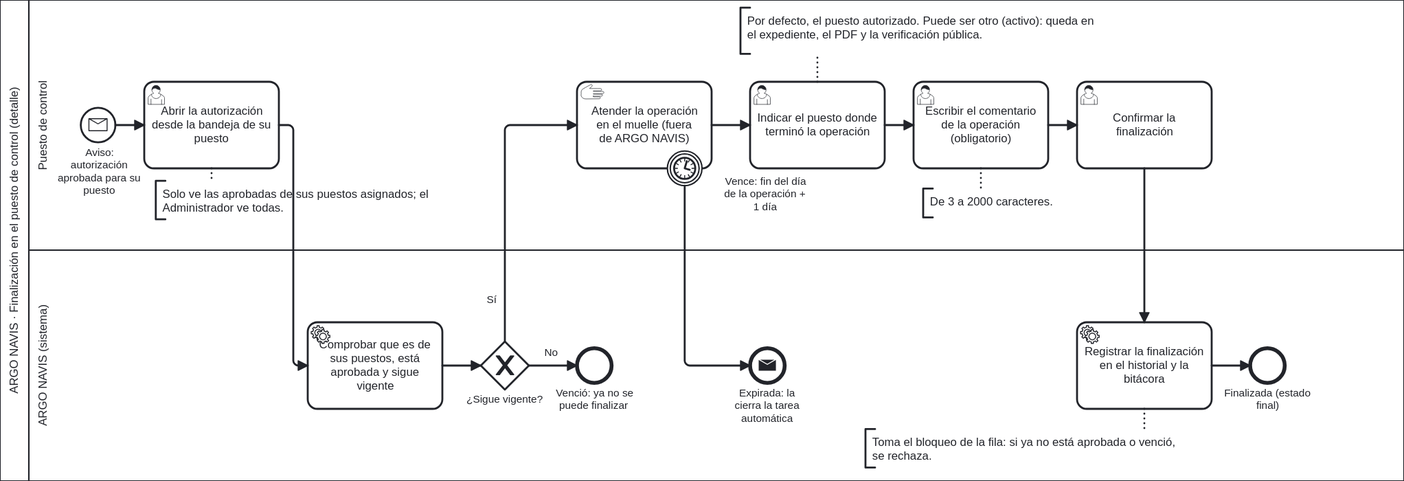
Before: docs/bpmn/05-finalizacion-puesto.svg, a diagram exported from BPMN (rxppxc/ArgoNavis). Its source is kept beside it as docs/bpmn/05-finalizacion-puesto.bpmn. Ids are renumbered.
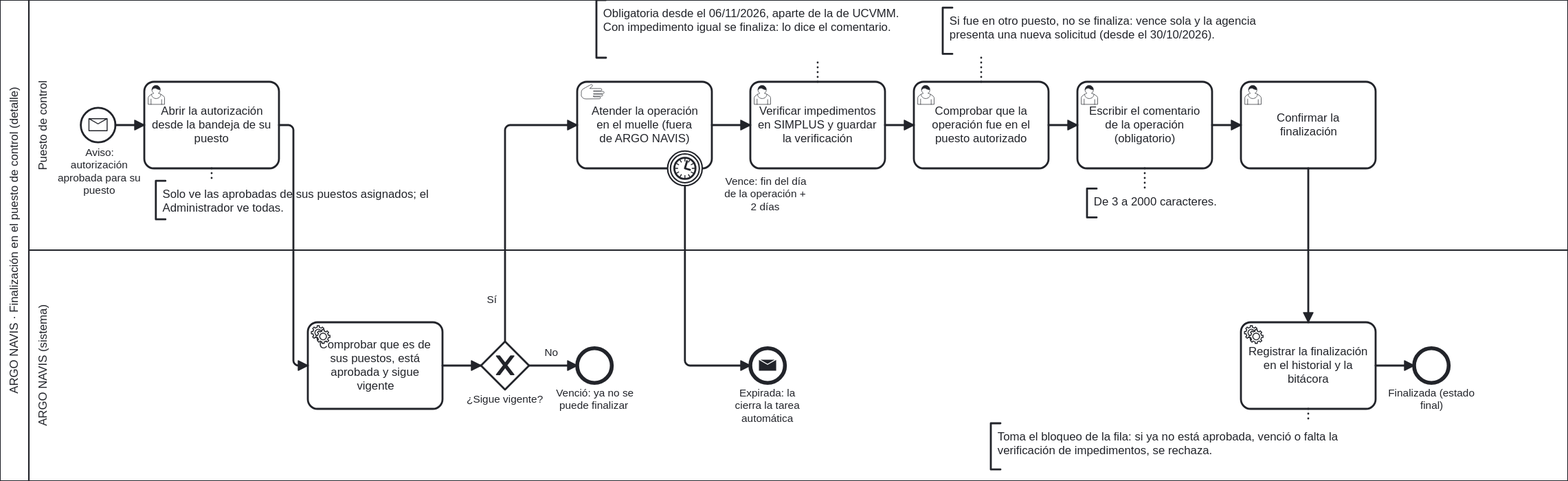
Above is the later version.

Diff of the diagram source:
```diff
@@ -9,6 +9,7 @@
         <bpmn:flowNodeRef>Abrir</bpmn:flowNodeRef>
         <bpmn:flowNodeRef>Atender</bpmn:flowNodeRef>
         <bpmn:flowNodeRef>Vence</bpmn:flowNodeRef>
+        <bpmn:flowNodeRef>Verificar</bpmn:flowNodeRef>
         <bpmn:flowNodeRef>Elegir</bpmn:flowNodeRef>
         <bpmn:flowNodeRef>Comentar</bpmn:flowNodeRef>
         <bpmn:flowNodeRef>Confirmar</bpmn:flowNodeRef>
@@ -44,9 +45,9 @@
     </bpmn:endEvent>
     <bpmn:manualTask id="Atender" name="Atender la operación en el muelle (fuera de ARGO NAVIS)">
       <bpmn:incoming>Flujo_GVigente_Atender</bpmn:incoming>
-      <bpmn:outgoing>Flujo_Atender_Elegir</bpmn:outgoing>
+      <bpmn:outgoing>Flujo_Atender_Verificar</bpmn:outgoing>
     </bpmn:manualTask>
-    <bpmn:boundaryEvent id="Vence" name="Vence: fin del día de la operación + 1 día" attachedToRef="Atender">
+    <bpmn:boundaryEvent id="Vence" name="Vence: fin del día de la operación + 2 días" attachedToRef="Atender">
       <bpmn:outgoing>Flujo_Vence_FinExpirada</bpmn:outgoing>
       <bpmn:timerEventDefinition id="Def_Vence" />
     </bpmn:boundaryEvent>
@@ -54,8 +55,12 @@
       <bpmn:incoming>Flujo_Vence_FinExpirada</bpmn:incoming>
       <bpmn:messageEventDefinition id="Def_FinExpirada" />
     </bpmn:endEvent>
-    <bpmn:userTask id="Elegir" name="Indicar el puesto donde terminó la operación">
-      <bpmn:incoming>Flujo_Atender_Elegir</bpmn:incoming>
+    <bpmn:userTask id="Verificar" name="Verificar impedimentos en SIMPLUS y guardar la verificación">
+      <bpmn:incoming>Flujo_Atender_Verificar</bpmn:incoming>
+      <bpmn:outgoing>Flujo_Verificar_Elegir</bpmn:outgoing>
+    </bpmn:userTask>
+    <bpmn:userTask id="Elegir" name="Comprobar que la operación fue en el puesto autorizado">
+      <bpmn:incoming>Flujo_Verificar_Elegir</bpmn:incoming>
       <bpmn:outgoing>Flujo_Elegir_Comentar</bpmn:outgoing>
     </bpmn:userTask>
     <bpmn:userTask id="Comentar" name="Escribir el comentario de la operación (obligatorio)">
@@ -79,25 +84,28 @@
     <bpmn:sequenceFlow id="Flujo_GVigente_FinVencida" name="No" sourceRef="GVigente" targetRef="FinVencida" />
     <bpmn:sequenceFlow id="Flujo_GVigente_Atender" name="Sí" sourceRef="GVigente" targetRef="Atender" />
     <bpmn:sequenceFlow id="Flujo_Vence_FinExpirada" sourceRef="Vence" targetRef="FinExpirada" />
-    <bpmn:sequenceFlow id="Flujo_Atender_Elegir" sourceRef="Atender" targetRef="Elegir" />
+    <bpmn:sequenceFlow id="Flujo_Atender_Verificar" sourceRef="Atender" targetRef="Verificar" />
+    <bpmn:sequenceFlow id="Flujo_Verificar_Elegir" sourceRef="Verificar" targetRef="Elegir" />
     <bpmn:sequenceFlow id="Flujo_Elegir_Comentar" sourceRef="Elegir" targetRef="Comentar" />
     <bpmn:sequenceFlow id="Flujo_Comentar_Confirmar" sourceRef="Comentar" targetRef="Confirmar" />
     <bpmn:sequenceFlow id="Flujo_Confirmar_Registrar" sourceRef="Confirmar" targetRef="Registrar" />
     <bpmn:sequenceFlow id="Flujo_Registrar_FinFinalizada" sourceRef="Registrar" targetRef="FinFinalizada" />
     <bpmn:textAnnotation id="N_Bandeja"><bpmn:text>Solo ve las aprobadas de sus puestos asignados; el Administrador ve todas.</bpmn:text></bpmn:textAnnotation>
     <bpmn:association id="Asoc_N_Bandeja" sourceRef="Abrir" targetRef="N_Bandeja" />
-    <bpmn:textAnnotation id="N_Puesto"><bpmn:text>Por defecto, el puesto autorizado. Puede ser otro (activo): queda en el expediente, el PDF y la verificación pública.</bpmn:text></bpmn:textAnnotation>
+    <bpmn:textAnnotation id="N_Verificar"><bpmn:text>Obligatoria desde el 06/11/2026, aparte de la de UCVMM. Con impedimento igual se finaliza: lo dice el comentario.</bpmn:text></bpmn:textAnnotation>
+    <bpmn:association id="Asoc_N_Verificar" sourceRef="Verificar" targetRef="N_Verificar" />
+    <bpmn:textAnnotation id="N_Puesto"><bpmn:text>Si fue en otro puesto, no se finaliza: vence sola y la agencia presenta una nueva solicitud (desde el 30/10/2026).</bpmn:text></bpmn:textAnnotation>
     <bpmn:association id="Asoc_N_Puesto" sourceRef="Elegir" targetRef="N_Puesto" />
     <bpmn:textAnnotation id="N_Comentario"><bpmn:text>De 3 a 2000 caracteres.</bpmn:text></bpmn:textAnnotation>
     <bpmn:association id="Asoc_N_Comentario" sourceRef="Comentar" targetRef="N_Comentario" />
-    <bpmn:textAnnotation id="N_Bloqueo"><bpmn:text>Toma el bloqueo de la fila: si ya no está aprobada o venció, se rechaza.</bpmn:text></bpmn:textAnnotation>
+    <bpmn:textAnnotation id="N_Bloqueo"><bpmn:text>Toma el bloqueo de la fila: si ya no está aprobada, venció o falta la verificación de impedimentos, se rechaza.</bpmn:text></bpmn:textAnnotation>
     <bpmn:association id="Asoc_N_Bloqueo" sourceRef="Registrar" targetRef="N_Bloqueo" />
   </bpmn:process>
   <bpmndi:BPMNDiagram id="Diagrama_FinalizacionPuesto">
     <bpmndi:BPMNPlane id="Plano_FinalizacionPuesto" bpmnElement="Colaboracion_FinalizacionPuesto">
-      <bpmndi:BPMNShape id="Pool_FinalizacionPuesto_di" bpmnElement="Pool_FinalizacionPuesto" isHorizontal="true"><dc:Bounds x="100" y="40" width="1460" height="500" /></bpmndi:BPMNShape>
-      <bpmndi:BPMNShape id="C_Puesto_di" bpmnElement="C_Puesto" isHorizontal="true"><dc:Bounds x="130" y="40" width="1430" height="260" /></bpmndi:BPMNShape>
-      <bpmndi:BPMNShape id="C_Sistema_di" bpmnElement="C_Sistema" isHorizontal="true"><dc:Bounds x="130" y="300" width="1430" height="240" /></bpmndi:BPMNShape>
+      <bpmndi:BPMNShape id="Pool_FinalizacionPuesto_di" bpmnElement="Pool_FinalizacionPuesto" isHorizontal="true"><dc:Bounds x="100" y="40" width="1630" height="500" /></bpmndi:BPMNShape>
+      <bpmndi:BPMNShape id="C_Puesto_di" bpmnElement="C_Puesto" isHorizontal="true"><dc:Bounds x="130" y="40" width="1600" height="260" /></bpmndi:BPMNShape>
+      <bpmndi:BPMNShape id="C_Sistema_di" bpmnElement="C_Sistema" isHorizontal="true"><dc:Bounds x="130" y="300" width="1600" height="240" /></bpmndi:BPMNShape>
       <bpmndi:BPMNShape id="Inicio_di" bpmnElement="Inicio"><dc:Bounds x="184" y="152.0" width="36" height="36" /><bpmndi:BPMNLabel><dc:Bounds x="166" y="192" width="74" height="70" /></bpmndi:BPMNLabel></bpmndi:BPMNShape>
       <bpmndi:BPMNShape id="Abrir_di" bpmnElement="Abrir"><dc:Bounds x="250" y="125.0" width="140" height="90" /></bpmndi:BPMNShape>
       <bpmndi:BPMNShape id="Comprobar_di" bpmnElement="Comprobar"><dc:Bounds x="420" y="375.0" width="140" height="90" /></bpmndi:BPMNShape>
@@ -106,30 +114,34 @@
       <bpmndi:BPMNShape id="Atender_di" bpmnElement="Atender"><dc:Bounds x="700" y="125.0" width="140" height="90" /></bpmndi:BPMNShape>
       <bpmndi:BPMNShape id="Vence_di" bpmnElement="Vence"><dc:Bounds x="794.0" y="197.0" width="36" height="36" /><bpmndi:BPMNLabel><dc:Bounds x="836" y="222" width="120" height="40" /></bpmndi:BPMNLabel></bpmndi:BPMNShape>
       <bpmndi:BPMNShape id="FinExpirada_di" bpmnElement="FinExpirada"><dc:Bounds x="880" y="402.0" width="36" height="36" /><bpmndi:BPMNLabel><dc:Bounds x="838.0" y="442.0" width="120" height="40" /></bpmndi:BPMNLabel></bpmndi:BPMNShape>
-      <bpmndi:BPMNShape id="Elegir_di" bpmnElement="Elegir"><dc:Bounds x="880" y="125.0" width="140" height="90" /></bpmndi:BPMNShape>
-      <bpmndi:BPMNShape id="Comentar_di" bpmnElement="Comentar"><dc:Bounds x="1050" y="125.0" width="140" height="90" /></bpmndi:BPMNShape>
-      <bpmndi:BPMNShape id="Confirmar_di" bpmnElement="Confirmar"><dc:Bounds x="1220" y="125.0" width="140" height="90" /></bpmndi:BPMNShape>
-      <bpmndi:BPMNShape id="Registrar_di" bpmnElement="Registrar"><dc:Bounds x="1220" y="375.0" width="140" height="90" /></bpmndi:BPMNShape>
-      <bpmndi:BPMNShape id="FinFinalizada_di" bpmnElement="FinFinalizada"><dc:Bounds x="1400" y="402.0" width="36" height="36" /><bpmndi:BPMNLabel><dc:Bounds x="1358.0" y="442.0" width="120" height="40" /></bpmndi:BPMNLabel></bpmndi:BPMNShape>
+      <bpmndi:BPMNShape id="Verificar_di" bpmnElement="Verificar"><dc:Bounds x="880" y="125.0" width="140" height="90" /></bpmndi:BPMNShape>
+      <bpmndi:BPMNShape id="Elegir_di" bpmnElement="Elegir"><dc:Bounds x="1050" y="125.0" width="140" height="90" /></bpmndi:BPMNShape>
+      <bpmndi:BPMNShape id="Comentar_di" bpmnElement="Comentar"><dc:Bounds x="1220" y="125.0" width="140" height="90" /></bpmndi:BPMNShape>
+      <bpmndi:BPMNShape id="Confirmar_di" bpmnElement="Confirmar"><dc:Bounds x="1390" y="125.0" width="140" height="90" /></bpmndi:BPMNShape>
+      <bpmndi:BPMNShape id="Registrar_di" bpmnElement="Registrar"><dc:Bounds x="1390" y="375.0" width="140" height="90" /></bpmndi:BPMNShape>
+      <bpmndi:BPMNShape id="FinFinalizada_di" bpmnElement="FinFinalizada"><dc:Bounds x="1570" y="402.0" width="36" height="36" /><bpmndi:BPMNLabel><dc:Bounds x="1528.0" y="442.0" width="120" height="40" /></bpmndi:BPMNLabel></bpmndi:BPMNShape>
       <bpmndi:BPMNShape id="N_Bandeja_di" bpmnElement="N_Bandeja"><dc:Bounds x="262" y="228" width="300" height="40" /></bpmndi:BPMNShape>
-      <bpmndi:BPMNShape id="N_Puesto_di" bpmnElement="N_Puesto"><dc:Bounds x="870" y="48" width="380" height="48" /></bpmndi:BPMNShape>
-      <bpmndi:BPMNShape id="N_Comentario_di" bpmnElement="N_Comentario"><dc:Bounds x="1060" y="236" width="160" height="30" /></bpmndi:BPMNShape>
-      <bpmndi:BPMNShape id="N_Bloqueo_di" bpmnElement="N_Bloqueo"><dc:Bounds x="1000" y="486" width="340" height="40" /></bpmndi:BPMNShape>
+      <bpmndi:BPMNShape id="N_Verificar_di" bpmnElement="N_Verificar"><dc:Bounds x="720" y="40" width="330" height="60" /></bpmndi:BPMNShape>
+      <bpmndi:BPMNShape id="N_Puesto_di" bpmnElement="N_Puesto"><dc:Bounds x="1080" y="48" width="380" height="48" /></bpmndi:BPMNShape>
+      <bpmndi:BPMNShape id="N_Comentario_di" bpmnElement="N_Comentario"><dc:Bounds x="1230" y="236" width="160" height="30" /></bpmndi:BPMNShape>
+      <bpmndi:BPMNShape id="N_Bloqueo_di" bpmnElement="N_Bloqueo"><dc:Bounds x="1130" y="480" width="400" height="48" /></bpmndi:BPMNShape>
       <bpmndi:BPMNEdge id="Flujo_Inicio_Abrir_di" bpmnElement="Flujo_Inicio_Abrir"><di:waypoint x="220" y="170" /><di:waypoint x="250" y="170" /></bpmndi:BPMNEdge>
       <bpmndi:BPMNEdge id="Flujo_Abrir_Comprobar_di" bpmnElement="Flujo_Abrir_Comprobar"><di:waypoint x="390" y="170" /><di:waypoint x="405" y="170" /><di:waypoint x="405" y="420" /><di:waypoint x="420" y="420" /></bpmndi:BPMNEdge>
       <bpmndi:BPMNEdge id="Flujo_Comprobar_GVigente_di" bpmnElement="Flujo_Comprobar_GVigente"><di:waypoint x="560" y="420" /><di:waypoint x="600" y="420" /></bpmndi:BPMNEdge>
       <bpmndi:BPMNEdge id="Flujo_GVigente_FinVencida_di" bpmnElement="Flujo_GVigente_FinVencida"><di:waypoint x="650" y="420" /><di:waypoint x="700" y="420" /><bpmndi:BPMNLabel><dc:Bounds x="658" y="400" width="30" height="20" /></bpmndi:BPMNLabel></bpmndi:BPMNEdge>
       <bpmndi:BPMNEdge id="Flujo_GVigente_Atender_di" bpmnElement="Flujo_GVigente_Atender"><di:waypoint x="625" y="395" /><di:waypoint x="625" y="170" /><di:waypoint x="700" y="170" /><bpmndi:BPMNLabel><dc:Bounds x="602" y="345" width="20" height="20" /></bpmndi:BPMNLabel></bpmndi:BPMNEdge>
       <bpmndi:BPMNEdge id="Flujo_Vence_FinExpirada_di" bpmnElement="Flujo_Vence_FinExpirada"><di:waypoint x="812" y="233" /><di:waypoint x="812" y="420" /><di:waypoint x="880" y="420" /></bpmndi:BPMNEdge>
-      <bpmndi:BPMNEdge id="Flujo_Atender_Elegir_di" bpmnElement="Flujo_Atender_Elegir"><di:waypoint x="840" y="170" /><di:waypoint x="880" y="170" /></bpmndi:BPMNEdge>
-      <bpmndi:BPMNEdge id="Flujo_Elegir_Comentar_di" bpmnElement="Flujo_Elegir_Comentar"><di:waypoint x="1020" y="170" /><di:waypoint x="1050" y="170" /></bpmndi:BPMNEdge>
-      <bpmndi:BPMNEdge id="Flujo_Comentar_Confirmar_di" bpmnElement="Flujo_Comentar_Confirmar"><di:waypoint x="1190" y="170" /><di:waypoint x="1220" y="170" /></bpmndi:BPMNEdge>
-      <bpmndi:BPMNEdge id="Flujo_Confirmar_Registrar_di" bpmnElement="Flujo_Confirmar_Registrar"><di:waypoint x="1290" y="215" /><di:waypoint x="1290" y="375" /></bpmndi:BPMNEdge>
-      <bpmndi:BPMNEdge id="Flujo_Registrar_FinFinalizada_di" bpmnElement="Flujo_Registrar_FinFinalizada"><di:waypoint x="1360" y="420" /><di:waypoint x="1400" y="420" /></bpmndi:BPMNEdge>
+      <bpmndi:BPMNEdge id="Flujo_Atender_Verificar_di" bpmnElement="Flujo_Atender_Verificar"><di:waypoint x="840" y="170" /><di:waypoint x="880" y="170" /></bpmndi:BPMNEdge>
+      <bpmndi:BPMNEdge id="Flujo_Verificar_Elegir_di" bpmnElement="Flujo_Verificar_Elegir"><di:waypoint x="1020" y="170" /><di:waypoint x="1050" y="170" /></bpmndi:BPMNEdge>
+      <bpmndi:BPMNEdge id="Flujo_Elegir_Comentar_di" bpmnElement="Flujo_Elegir_Comentar"><di:waypoint x="1190" y="170" /><di:waypoint x="1220" y="170" /></bpmndi:BPMNEdge>
+      <bpmndi:BPMNEdge id="Flujo_Comentar_Confirmar_di" bpmnElement="Flujo_Comentar_Confirmar"><di:waypoint x="1360" y="170" /><di:waypoint x="1390" y="170" /></bpmndi:BPMNEdge>
+      <bpmndi:BPMNEdge id="Flujo_Confirmar_Registrar_di" bpmnElement="Flujo_Confirmar_Registrar"><di:waypoint x="1460" y="215" /><di:waypoint x="1460" y="375" /></bpmndi:BPMNEdge>
+      <bpmndi:BPMNEdge id="Flujo_Registrar_FinFinalizada_di" bpmnElement="Flujo_Registrar_FinFinalizada"><di:waypoint x="1530" y="420" /><di:waypoint x="1570" y="420" /></bpmndi:BPMNEdge>
       <bpmndi:BPMNEdge id="Asoc_N_Bandeja_di" bpmnElement="Asoc_N_Bandeja"><di:waypoint x="320" y="215" /><di:waypoint x="320" y="228" /></bpmndi:BPMNEdge>
-      <bpmndi:BPMNEdge id="Asoc_N_Puesto_di" bpmnElement="Asoc_N_Puesto"><di:waypoint x="950" y="125" /><di:waypoint x="950" y="96" /></bpmndi:BPMNEdge>
-      <bpmndi:BPMNEdge id="Asoc_N_Comentario_di" bpmnElement="Asoc_N_Comentario"><di:waypoint x="1120" y="215" /><di:waypoint x="1120" y="236" /></bpmndi:BPMNEdge>
-      <bpmndi:BPMNEdge id="Asoc_N_Bloqueo_di" bpmnElement="Asoc_N_Bloqueo"><di:waypoint x="1290" y="465" /><di:waypoint x="1290" y="486" /></bpmndi:BPMNEdge>
+      <bpmndi:BPMNEdge id="Asoc_N_Verificar_di" bpmnElement="Asoc_N_Verificar"><di:waypoint x="950" y="125" /><di:waypoint x="950" y="100" /></bpmndi:BPMNEdge>
+      <bpmndi:BPMNEdge id="Asoc_N_Puesto_di" bpmnElement="Asoc_N_Puesto"><di:waypoint x="1120" y="125" /><di:waypoint x="1120" y="96" /></bpmndi:BPMNEdge>
+      <bpmndi:BPMNEdge id="Asoc_N_Comentario_di" bpmnElement="Asoc_N_Comentario"><di:waypoint x="1290" y="215" /><di:waypoint x="1290" y="236" /></bpmndi:BPMNEdge>
+      <bpmndi:BPMNEdge id="Asoc_N_Bloqueo_di" bpmnElement="Asoc_N_Bloqueo"><di:waypoint x="1460" y="465" /><di:waypoint x="1460" y="480" /></bpmndi:BPMNEdge>
     </bpmndi:BPMNPlane>
   </bpmndi:BPMNDiagram>
 </bpmn:definitions>
```
